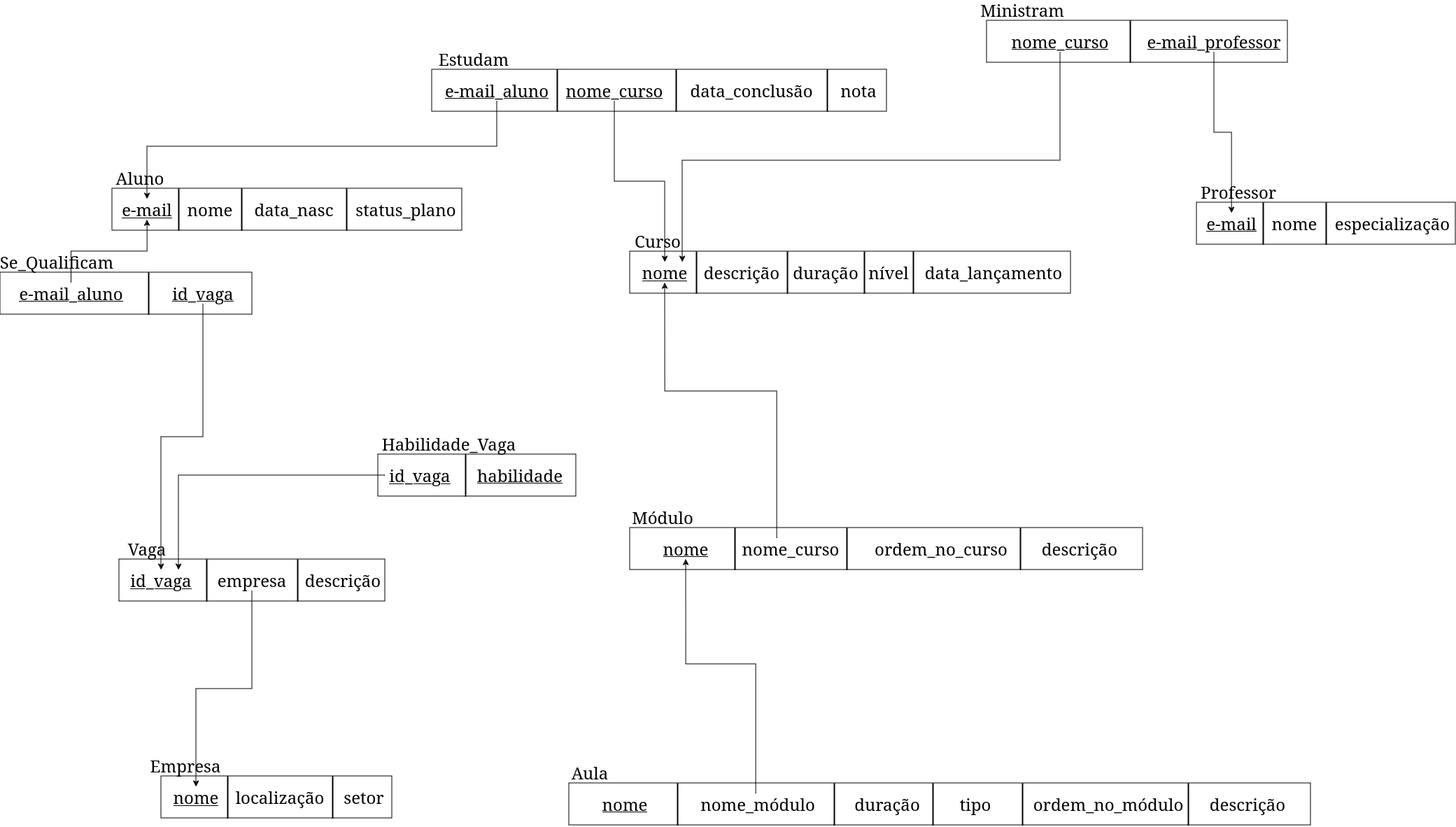
Before: Diagrama/Diagrama Lógico/diagramaLógicoBD_v2.png, a diagram exported from draw.io (kenjiThiago/ProjetoBD1). Source tidied: cells renumbered, new cells last; positions are measured from the earlier drawing's top-left corner, leaving out a move shared by most shapes.
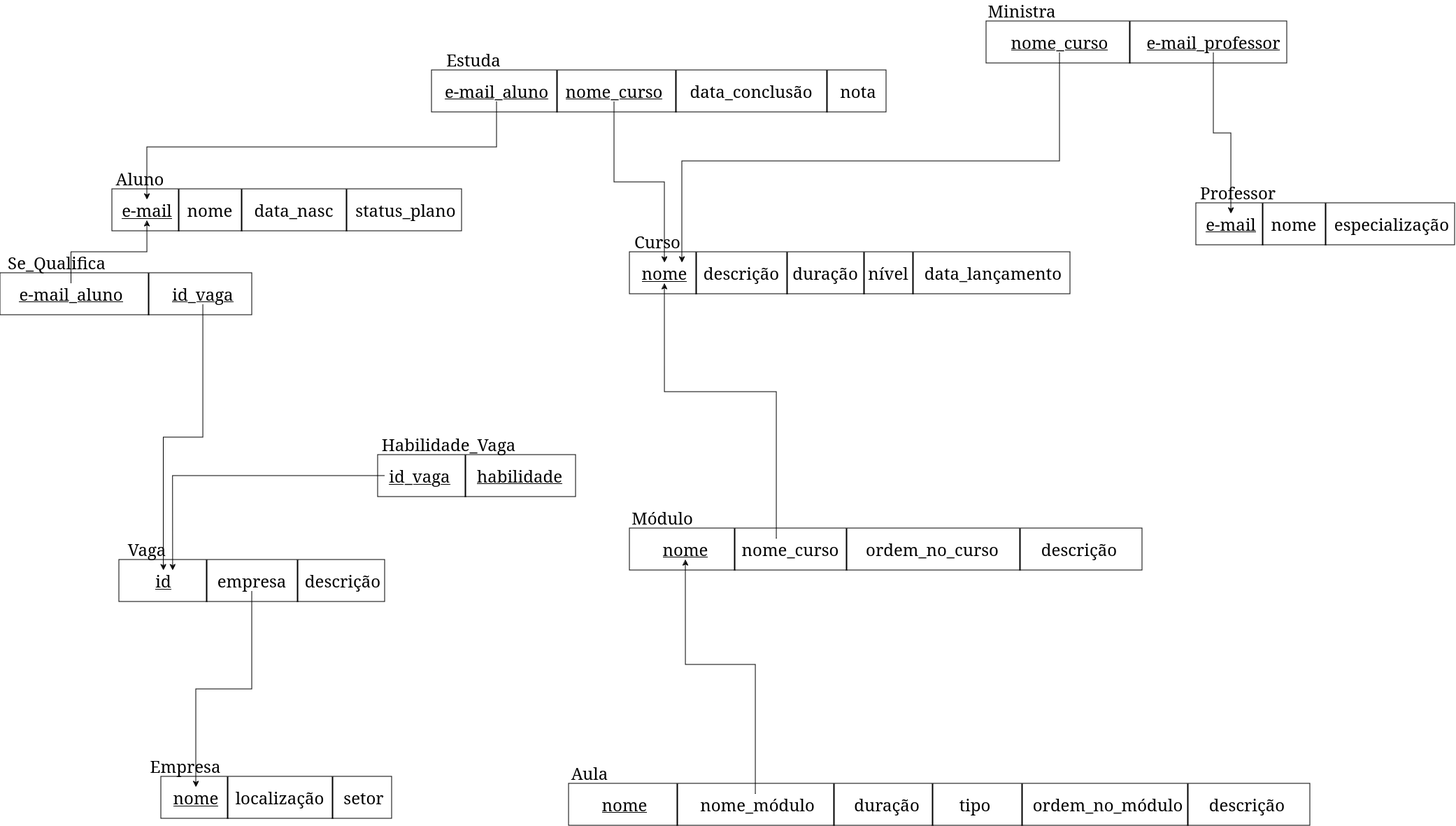
The same file after the commit.

Commit message:
[Diagrama] Corrigido plural nas relações

What changed in the source:
```diff
@@ -96,7 +96,7 @@
       <mxGeometry x="1493" y="770" width="100" height="30" as="geometry" />
     </mxCell>
     <mxCell id="33" value="&lt;font face=&quot;Verdana&quot; style=&quot;font-size: 24px;&quot;&gt;ordem_no_curso&lt;/font&gt;" style="text;html=1;align=center;verticalAlign=middle;whiteSpace=wrap;rounded=0;" parent="1" vertex="1">
-      <mxGeometry x="1245" y="770" width="200" height="30" as="geometry" />
+      <mxGeometry x="1233" y="770" width="200" height="30" as="geometry" />
     </mxCell>
     <mxCell id="34" style="line;strokeWidth=2;direction=south;html=1;" parent="1" vertex="1">
       <mxGeometry x="1045" y="755" width="10" height="60" as="geometry" />
@@ -143,8 +143,8 @@
     <mxCell id="48" value="&lt;font face=&quot;Verdana&quot; style=&quot;font-size: 24px;&quot;&gt;Vaga&lt;/font&gt;" style="text;html=1;align=center;verticalAlign=middle;whiteSpace=wrap;rounded=0;" parent="1" vertex="1">
       <mxGeometry x="180" y="770" width="60" height="30" as="geometry" />
     </mxCell>
-    <mxCell id="49" value="&lt;font face=&quot;Verdana&quot; style=&quot;font-size: 24px;&quot;&gt;&lt;u&gt;id_vaga&lt;/u&gt;&lt;/font&gt;" style="text;html=1;align=center;verticalAlign=middle;whiteSpace=wrap;rounded=0;" parent="1" vertex="1">
-      <mxGeometry x="180" y="815" width="100" height="30" as="geometry" />
+    <mxCell id="49" value="&lt;font face=&quot;Verdana&quot; style=&quot;font-size: 24px;&quot;&gt;&lt;u&gt;id&lt;/u&gt;&lt;/font&gt;" style="text;html=1;align=center;verticalAlign=middle;whiteSpace=wrap;rounded=0;" parent="1" vertex="1">
+      <mxGeometry x="207" y="815" width="53" height="30" as="geometry" />
     </mxCell>
     <mxCell id="50" value="&lt;font face=&quot;Verdana&quot; style=&quot;font-size: 24px;&quot;&gt;descrição&lt;/font&gt;" style="text;html=1;align=center;verticalAlign=middle;whiteSpace=wrap;rounded=0;" parent="1" vertex="1">
       <mxGeometry x="440" y="815" width="100" height="30" as="geometry" />
@@ -185,7 +185,7 @@
     <mxCell id="62" style="rounded=0;whiteSpace=wrap;html=1;" parent="1" vertex="1">
       <mxGeometry x="617" y="100" width="650" height="60" as="geometry" />
     </mxCell>
-    <mxCell id="63" value="&lt;font face=&quot;Verdana&quot; style=&quot;font-size: 24px;&quot;&gt;Estudam&lt;/font&gt;" style="text;html=1;align=center;verticalAlign=middle;whiteSpace=wrap;rounded=0;" parent="1" vertex="1">
+    <mxCell id="63" value="&lt;font face=&quot;Verdana&quot; style=&quot;font-size: 24px;&quot;&gt;Estuda&lt;/font&gt;" style="text;html=1;align=center;verticalAlign=middle;whiteSpace=wrap;rounded=0;" parent="1" vertex="1">
       <mxGeometry x="647" y="70" width="60" height="30" as="geometry" />
     </mxCell>
     <mxCell id="64" style="edgeStyle=orthogonalEdgeStyle;rounded=0;jettySize=auto;html=1;" parent="1" edge="1" source="65" target="4">
@@ -223,7 +223,7 @@
     <mxCell id="73" style="rounded=0;whiteSpace=wrap;html=1;" parent="1" vertex="1">
       <mxGeometry x="1410" y="30" width="430" height="60" as="geometry" />
     </mxCell>
-    <mxCell id="74" value="&lt;font face=&quot;Verdana&quot; style=&quot;font-size: 24px;&quot;&gt;Ministram&lt;/font&gt;" style="text;html=1;align=center;verticalAlign=middle;whiteSpace=wrap;rounded=0;" parent="1" vertex="1">
+    <mxCell id="74" value="&lt;font face=&quot;Verdana&quot; style=&quot;font-size: 24px;&quot;&gt;Ministra&lt;/font&gt;" style="text;html=1;align=center;verticalAlign=middle;whiteSpace=wrap;rounded=0;" parent="1" vertex="1">
       <mxGeometry x="1431" width="60" height="30" as="geometry" />
     </mxCell>
     <mxCell id="75" style="edgeStyle=orthogonalEdgeStyle;rounded=0;jettySize=auto;html=1;" parent="1" edge="1" source="76" target="25">
@@ -249,7 +249,7 @@
     <mxCell id="80" style="rounded=0;whiteSpace=wrap;html=1;" parent="1" vertex="1">
       <mxGeometry y="390" width="360" height="60" as="geometry" />
     </mxCell>
-    <mxCell id="81" value="&lt;font face=&quot;Verdana&quot;&gt;&lt;span style=&quot;font-size: 24px;&quot;&gt;Se_Qualificam&lt;/span&gt;&lt;/font&gt;" style="text;html=1;align=center;verticalAlign=middle;whiteSpace=wrap;rounded=0;" parent="1" vertex="1">
+    <mxCell id="81" value="&lt;font face=&quot;Verdana&quot;&gt;&lt;span style=&quot;font-size: 24px;&quot;&gt;Se_Qualifica&lt;/span&gt;&lt;/font&gt;" style="text;html=1;align=center;verticalAlign=middle;whiteSpace=wrap;rounded=0;" parent="1" vertex="1">
       <mxGeometry x="20" y="360" width="122" height="30" as="geometry" />
     </mxCell>
     <mxCell id="82" style="edgeStyle=orthogonalEdgeStyle;rounded=0;jettySize=auto;html=1;" parent="1" edge="1" source="83" target="4">
```
